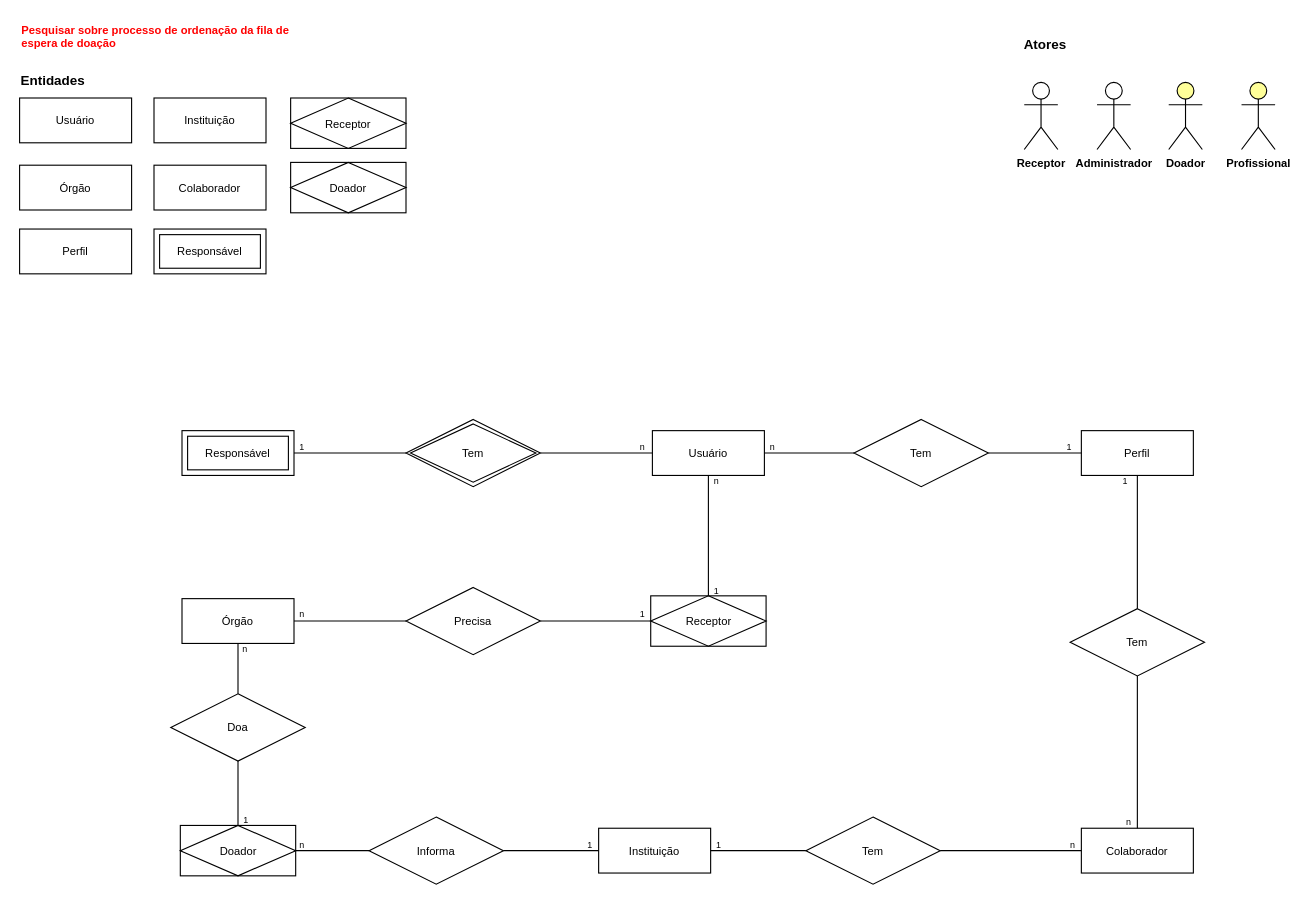
Above: DER/DER-SDTO.drawio in squadlovelace/sdto-data-model (draw.io), before the change. Source tidied: cells renumbered, new cells numbered last; positions are measured from the earlier drawing's top-left corner, leaving out a move shared by most shapes. Both pictures are drawn from the tidied source at 112%, with x=0, y=0 at pixel (19, 19).
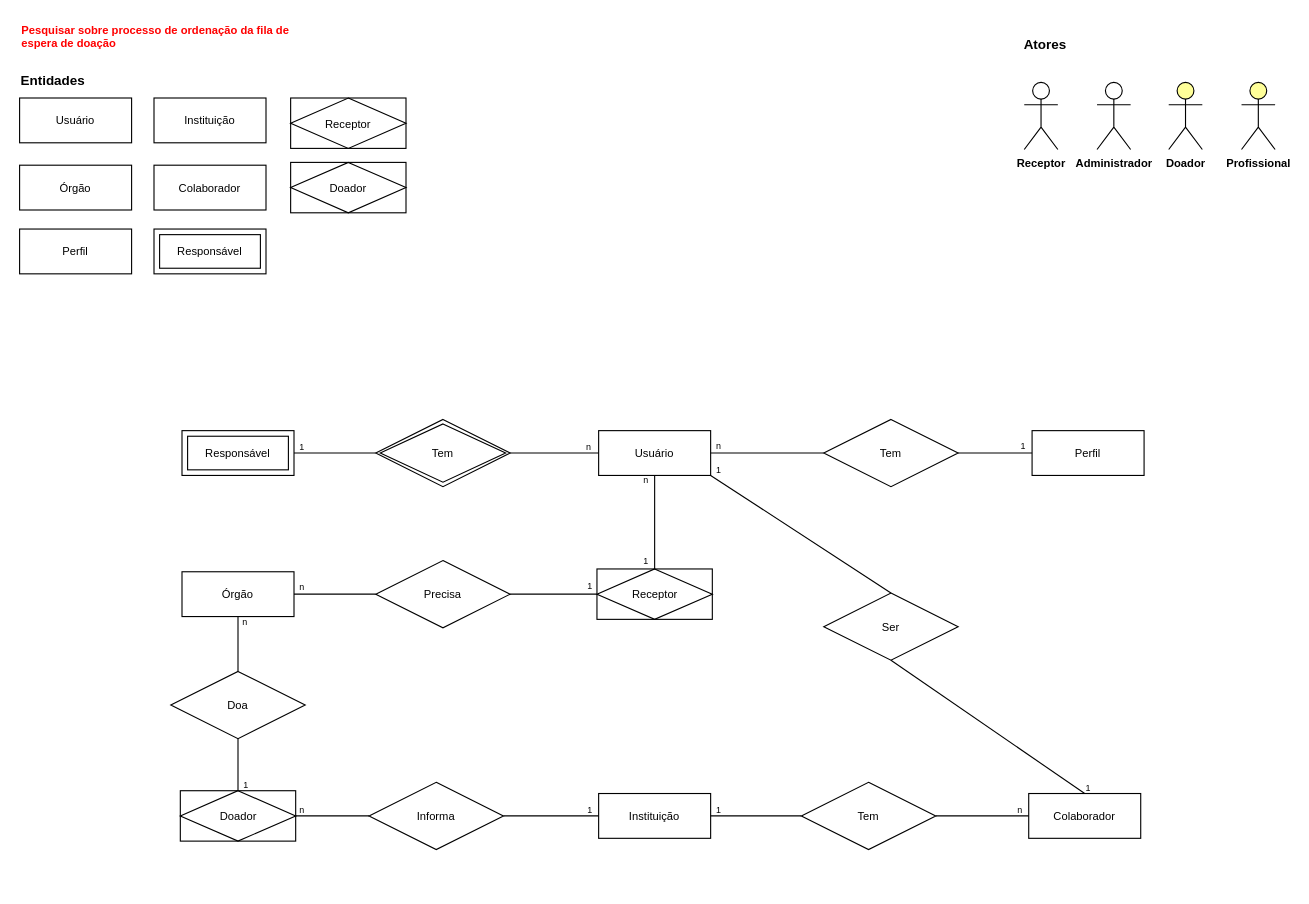
After the change.

The edit, as a diff of the source:
```diff
@@
     <mxCell id="7" value="Colaborador" style="whiteSpace=wrap;html=1;align=center;fontSize=10;fontFamily=Helvetica;" parent="1" vertex="1">
-      <mxGeometry x="948" y="722" width="100" height="40" as="geometry" />
+      <mxGeometry x="901" y="691" width="100" height="40" as="geometry" />
     </mxCell>
     <mxCell id="8" value="Usuário" style="whiteSpace=wrap;html=1;align=center;fontSize=10;fontFamily=Helvetica;" parent="1" vertex="1">
-      <mxGeometry x="565" y="367" width="100" height="40" as="geometry" />
+      <mxGeometry x="517" y="367" width="100" height="40" as="geometry" />
     </mxCell>
@@
     <mxCell id="10" value="Perfil" style="whiteSpace=wrap;html=1;align=center;fontSize=10;fontFamily=Helvetica;" parent="1" vertex="1">
-      <mxGeometry x="948" y="367" width="100" height="40" as="geometry" />
+      <mxGeometry x="904" y="367" width="100" height="40" as="geometry" />
     </mxCell>
     <mxCell id="11" value="Tem" style="shape=rhombus;perimeter=rhombusPerimeter;whiteSpace=wrap;html=1;align=center;fontFamily=Helvetica;fontSize=10;" parent="1" vertex="1">
-      <mxGeometry x="745" y="357" width="120" height="60" as="geometry" />
+      <mxGeometry x="718" y="357" width="120" height="60" as="geometry" />
     </mxCell>
@@
-    <mxCell id="13" value="Tem" style="shape=rhombus;perimeter=rhombusPerimeter;whiteSpace=wrap;html=1;align=center;fontFamily=Helvetica;fontSize=10;" parent="1" vertex="1">
-      <mxGeometry x="938" y="526" width="120" height="60" as="geometry" />
-    </mxCell>
-    <mxCell id="14" style="endArrow=none;html=1;rounded=0;fontFamily=Helvetica;fontSize=10;exitX=0.5;exitY=0;exitDx=0;exitDy=0;entryX=0.5;entryY=1;entryDx=0;entryDy=0;" parent="1" edge="1" source="13" target="10">
-      <mxGeometry relative="1" as="geometry" />
-    </mxCell>
     <mxCell id="15" value="Instituição" style="whiteSpace=wrap;html=1;align=center;fontSize=10;fontFamily=Helvetica;" parent="1" vertex="1">
-      <mxGeometry x="517" y="722" width="100" height="40" as="geometry" />
+      <mxGeometry x="517" y="691" width="100" height="40" as="geometry" />
     </mxCell>
     <mxCell id="16" value="Tem" style="shape=rhombus;perimeter=rhombusPerimeter;whiteSpace=wrap;html=1;align=center;fontFamily=Helvetica;fontSize=10;" parent="1" vertex="1">
-      <mxGeometry x="702" y="712" width="120" height="60" as="geometry" />
+      <mxGeometry x="698" y="681" width="120" height="60" as="geometry" />
     </mxCell>
@@
-    <mxCell id="18" style="endArrow=none;html=1;rounded=0;fontFamily=Helvetica;fontSize=10;entryX=0;entryY=0.5;entryDx=0;entryDy=0;" parent="1" edge="1" source="16" target="7">
+    <mxCell id="18" style="endArrow=none;html=1;rounded=0;fontFamily=Helvetica;fontSize=10;entryX=0;entryY=0.5;entryDx=0;entryDy=0;exitX=1;exitY=0.5;exitDx=0;exitDy=0;" parent="1" edge="1" source="16" target="7">
       <mxGeometry relative="1" as="geometry" />
     </mxCell>
     <mxCell id="19" value="Órgão" style="whiteSpace=wrap;html=1;align=center;fontSize=10;fontFamily=Helvetica;" parent="1" vertex="1">
-      <mxGeometry x="145" y="517" width="100" height="40" as="geometry" />
+      <mxGeometry x="145" y="493" width="100" height="40" as="geometry" />
     </mxCell>
@@
-    <mxCell id="22" style="endArrow=none;html=1;rounded=0;fontFamily=Helvetica;fontSize=10;exitX=0.5;exitY=1;exitDx=0;exitDy=0;" parent="1" edge="1" source="8" target="58">
+    <mxCell id="22" style="endArrow=none;html=1;rounded=0;fontFamily=Helvetica;fontSize=10;exitX=0.5;exitY=1;exitDx=0;exitDy=0;entryX=0.5;entryY=0;entryDx=0;entryDy=0;" parent="1" edge="1" source="8" target="58">
       <mxGeometry relative="1" as="geometry" />
     </mxCell>
@@
     <mxCell id="24" value="n" style="text;html=1;strokeColor=none;fillColor=none;align=center;verticalAlign=middle;whiteSpace=wrap;rounded=0;fontFamily=Helvetica;fontSize=8;fontStyle=0;" parent="1" vertex="1">
-      <mxGeometry x="665" y="377" width="15" height="10" as="geometry" />
+      <mxGeometry x="617" y="376" width="15" height="10" as="geometry" />
     </mxCell>
@@
     <mxCell id="26" value="1" style="text;html=1;strokeColor=none;fillColor=none;align=center;verticalAlign=middle;whiteSpace=wrap;rounded=0;fontFamily=Helvetica;fontSize=8;fontStyle=0;" parent="1" vertex="1">
-      <mxGeometry x="930" y="377" width="15" height="10" as="geometry" />
+      <mxGeometry x="889" y="376" width="15" height="10" as="geometry" />
     </mxCell>
     <mxCell id="27" value="n" style="text;html=1;strokeColor=none;fillColor=none;align=center;verticalAlign=middle;whiteSpace=wrap;rounded=0;fontFamily=Helvetica;fontSize=8;fontStyle=0;" parent="1" vertex="1">
-      <mxGeometry x="615" y="407" width="15" height="10" as="geometry" />
+      <mxGeometry x="552" y="406" width="15" height="10" as="geometry" />
     </mxCell>
     <mxCell id="28" value="1" style="text;html=1;strokeColor=none;fillColor=none;align=center;verticalAlign=middle;whiteSpace=wrap;rounded=0;fontFamily=Helvetica;fontSize=8;fontStyle=0;" parent="1" vertex="1">
-      <mxGeometry x="615" y="504.5" width="15" height="10" as="geometry" />
+      <mxGeometry x="552" y="478.5" width="15" height="10" as="geometry" />
     </mxCell>
     <mxCell id="29" value="1" style="text;html=1;strokeColor=none;fillColor=none;align=center;verticalAlign=middle;whiteSpace=wrap;rounded=0;fontFamily=Helvetica;fontSize=8;fontStyle=0;" parent="1" vertex="1">
-      <mxGeometry x="549" y="526" width="15" height="10" as="geometry" />
+      <mxGeometry x="502" y="501" width="15" height="10" as="geometry" />
     </mxCell>
     <mxCell id="30" value="n" style="text;html=1;strokeColor=none;fillColor=none;align=center;verticalAlign=middle;whiteSpace=wrap;rounded=0;fontFamily=Helvetica;fontSize=8;fontStyle=0;" parent="1" vertex="1">
-      <mxGeometry x="245" y="526" width="15" height="10" as="geometry" />
+      <mxGeometry x="245" y="502" width="15" height="10" as="geometry" />
     </mxCell>
     <mxCell id="31" value="n" style="text;html=1;strokeColor=none;fillColor=none;align=center;verticalAlign=middle;whiteSpace=wrap;rounded=0;fontFamily=Helvetica;fontSize=8;fontStyle=0;" parent="1" vertex="1">
-      <mxGeometry x="933" y="732" width="15" height="10" as="geometry" />
+      <mxGeometry x="886" y="701" width="15" height="10" as="geometry" />
     </mxCell>
     <mxCell id="32" value="1" style="text;html=1;strokeColor=none;fillColor=none;align=center;verticalAlign=middle;whiteSpace=wrap;rounded=0;fontFamily=Helvetica;fontSize=8;fontStyle=0;" parent="1" vertex="1">
-      <mxGeometry x="617" y="732" width="15" height="10" as="geometry" />
+      <mxGeometry x="617" y="701" width="15" height="10" as="geometry" />
     </mxCell>
-    <mxCell id="33" value="n" style="text;html=1;strokeColor=none;fillColor=none;align=center;verticalAlign=middle;whiteSpace=wrap;rounded=0;fontFamily=Helvetica;fontSize=8;fontStyle=0;" parent="1" vertex="1">
-      <mxGeometry x="983" y="712" width="15" height="10" as="geometry" />
-    </mxCell>
-    <mxCell id="34" value="1" style="text;html=1;strokeColor=none;fillColor=none;align=center;verticalAlign=middle;whiteSpace=wrap;rounded=0;fontFamily=Helvetica;fontSize=8;fontStyle=0;" parent="1" vertex="1">
-      <mxGeometry x="980" y="407" width="15" height="10" as="geometry" />
-    </mxCell>
-    <mxCell id="35" style="endArrow=none;html=1;rounded=0;fontFamily=Helvetica;fontSize=10;entryX=0.5;entryY=1;entryDx=0;entryDy=0;exitX=0.5;exitY=0;exitDx=0;exitDy=0;" parent="1" edge="1" source="7" target="13">
-      <mxGeometry relative="1" as="geometry" />
-    </mxCell>
     <mxCell id="36" value="Precisa" style="shape=rhombus;perimeter=rhombusPerimeter;whiteSpace=wrap;html=1;align=center;fontSize=10;" parent="1" vertex="1">
-      <mxGeometry x="345" y="507" width="120" height="60" as="geometry" />
+      <mxGeometry x="318" y="483" width="120" height="60" as="geometry" />
     </mxCell>
     <mxCell id="37" value="Informa" style="shape=rhombus;perimeter=rhombusPerimeter;whiteSpace=wrap;html=1;align=center;fontSize=10;" parent="1" vertex="1">
-      <mxGeometry x="312" y="712" width="120" height="60" as="geometry" />
+      <mxGeometry x="312" y="681" width="120" height="60" as="geometry" />
     </mxCell>
@@
     <mxCell id="40" value="n" style="text;html=1;strokeColor=none;fillColor=none;align=center;verticalAlign=middle;whiteSpace=wrap;rounded=0;fontFamily=Helvetica;fontSize=8;fontStyle=0;" parent="1" vertex="1">
-      <mxGeometry x="245" y="732" width="15" height="10" as="geometry" />
+      <mxGeometry x="245" y="701" width="15" height="10" as="geometry" />
     </mxCell>
     <mxCell id="41" value="1" style="text;html=1;strokeColor=none;fillColor=none;align=center;verticalAlign=middle;whiteSpace=wrap;rounded=0;fontFamily=Helvetica;fontSize=8;fontStyle=0;" parent="1" vertex="1">
-      <mxGeometry x="502" y="732" width="15" height="10" as="geometry" />
+      <mxGeometry x="502" y="701" width="15" height="10" as="geometry" />
     </mxCell>
     <mxCell id="42" value="Doa" style="shape=rhombus;perimeter=rhombusPerimeter;whiteSpace=wrap;html=1;align=center;fontSize=10;" parent="1" vertex="1">
-      <mxGeometry x="135" y="602" width="120" height="60" as="geometry" />
+      <mxGeometry x="135" y="582" width="120" height="60" as="geometry" />
     </mxCell>
@@
     <mxCell id="45" value="n" style="text;html=1;strokeColor=none;fillColor=none;align=center;verticalAlign=middle;whiteSpace=wrap;rounded=0;fontFamily=Helvetica;fontSize=8;fontStyle=0;" parent="1" vertex="1">
-      <mxGeometry x="194" y="557" width="15" height="10" as="geometry" />
+      <mxGeometry x="194" y="533" width="15" height="10" as="geometry" />
     </mxCell>
     <mxCell id="46" value="1" style="text;html=1;strokeColor=none;fillColor=none;align=center;verticalAlign=middle;whiteSpace=wrap;rounded=0;fontFamily=Helvetica;fontSize=8;fontStyle=0;" parent="1" vertex="1">
-      <mxGeometry x="195" y="709.5" width="15" height="10" as="geometry" />
+      <mxGeometry x="195" y="678.5" width="15" height="10" as="geometry" />
     </mxCell>
@@
     <mxCell id="53" value="Tem" style="shape=rhombus;double=1;perimeter=rhombusPerimeter;whiteSpace=wrap;html=1;align=center;fontSize=10;" parent="1" vertex="1">
-      <mxGeometry x="345" y="357" width="120" height="60" as="geometry" />
+      <mxGeometry x="318" y="357" width="120" height="60" as="geometry" />
     </mxCell>
@@
     <mxCell id="56" value="n" style="text;html=1;strokeColor=none;fillColor=none;align=center;verticalAlign=middle;whiteSpace=wrap;rounded=0;fontFamily=Helvetica;fontSize=8;fontStyle=0;" parent="1" vertex="1">
-      <mxGeometry x="549" y="377" width="15" height="10" as="geometry" />
+      <mxGeometry x="501" y="377" width="15" height="10" as="geometry" />
     </mxCell>
@@
     <mxCell id="58" value="Receptor" style="shape=associativeEntity;whiteSpace=wrap;html=1;align=center;fontSize=10;" parent="1" vertex="1">
-      <mxGeometry x="563.5" y="514.5" width="103" height="45" as="geometry" />
+      <mxGeometry x="515.5" y="490.5" width="103" height="45" as="geometry" />
     </mxCell>
     <mxCell id="59" value="Doador" style="shape=associativeEntity;whiteSpace=wrap;html=1;align=center;fontSize=10;" parent="1" vertex="1">
-      <mxGeometry x="143.5" y="719.5" width="103" height="45" as="geometry" />
+      <mxGeometry x="143.5" y="688.5" width="103" height="45" as="geometry" />
     </mxCell>
@@
+    <mxCell id="63" value="Ser" style="shape=rhombus;perimeter=rhombusPerimeter;whiteSpace=wrap;html=1;align=center;fontFamily=Helvetica;fontSize=10;" parent="1" vertex="1">
+      <mxGeometry x="718" y="512" width="120" height="60" as="geometry" />
+    </mxCell>
+    <mxCell id="64" style="endArrow=none;html=1;rounded=0;fontFamily=Helvetica;fontSize=10;exitX=1;exitY=1;exitDx=0;exitDy=0;entryX=0.5;entryY=0;entryDx=0;entryDy=0;" parent="1" edge="1" source="8" target="63">
+      <mxGeometry relative="1" as="geometry" />
+    </mxCell>
+    <mxCell id="65" style="endArrow=none;html=1;rounded=0;fontFamily=Helvetica;fontSize=10;exitX=0.5;exitY=0;exitDx=0;exitDy=0;entryX=0.5;entryY=1;entryDx=0;entryDy=0;" parent="1" edge="1" source="7" target="63">
+      <mxGeometry relative="1" as="geometry" />
+    </mxCell>
+    <mxCell id="66" value="1" style="text;html=1;strokeColor=none;fillColor=none;align=center;verticalAlign=middle;whiteSpace=wrap;rounded=0;fontFamily=Helvetica;fontSize=8;fontStyle=0;" parent="1" vertex="1">
+      <mxGeometry x="617" y="397" width="15" height="10" as="geometry" />
+    </mxCell>
+    <mxCell id="67" value="1" style="text;html=1;strokeColor=none;fillColor=none;align=center;verticalAlign=middle;whiteSpace=wrap;rounded=0;fontFamily=Helvetica;fontSize=8;fontStyle=0;" parent="1" vertex="1">
+      <mxGeometry x="947" y="681" width="15" height="10" as="geometry" />
+    </mxCell>
```
